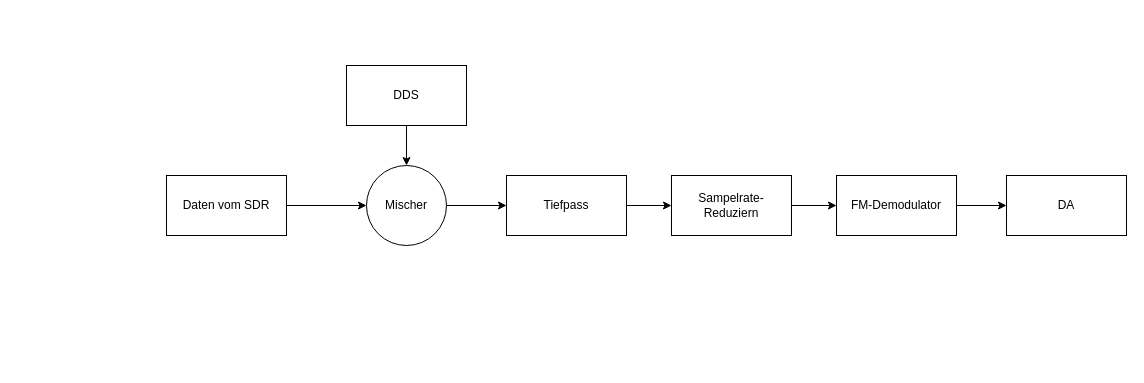
This is blockschaltbild.drawio from maggo1404/SDR_FPGA_FM_RX, a draw.io file, before an edit. Source tidied: cells renumbered, new cells numbered last; positions are measured from the earlier drawing's top-left corner, leaving out a move shared by most shapes. Both pictures are drawn from the tidied source at 100%, with x=0, y=0 at pixel (166, 65).
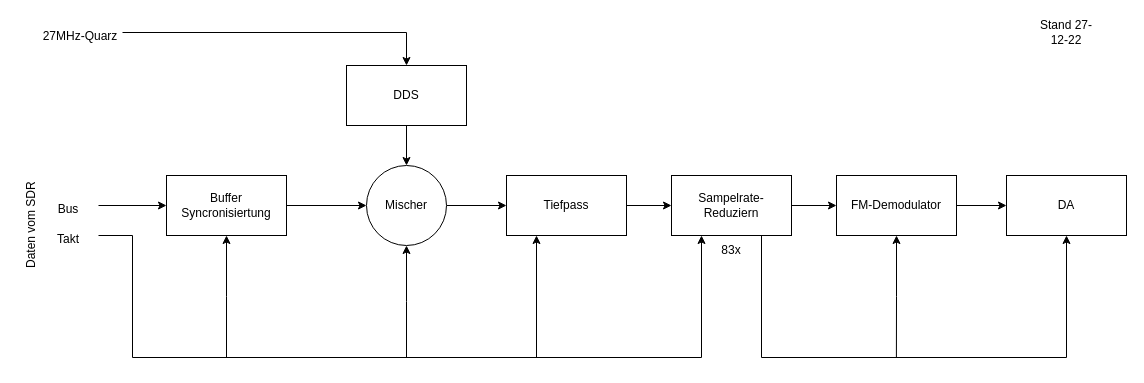
The same page after the edit.

The change refers to these unchanged cells:
```xml
<mxCell id="3" value="DDS" style="rounded=0;whiteSpace=wrap;html=1;" parent="1" vertex="1">
  <mxGeometry x="180" width="120" height="60" as="geometry" />
</mxCell>
<mxCell id="7" value="Mischer" style="ellipse;whiteSpace=wrap;html=1;" parent="1" vertex="1">
  <mxGeometry x="200" y="100" width="80" height="80" as="geometry" />
</mxCell>
<mxCell id="9" value="Tiefpass" style="rounded=0;whiteSpace=wrap;html=1;" parent="1" vertex="1">
  <mxGeometry x="340" y="110" width="120" height="60" as="geometry" />
</mxCell>
<mxCell id="11" value="Sampelrate-Reduziern" style="rounded=0;whiteSpace=wrap;html=1;" parent="1" vertex="1">
  <mxGeometry x="505" y="110" width="120" height="60" as="geometry" />
</mxCell>
<mxCell id="13" value="FM-Demodulator" style="rounded=0;whiteSpace=wrap;html=1;" parent="1" vertex="1">
  <mxGeometry x="670" y="110" width="120" height="60" as="geometry" />
</mxCell>
<mxCell id="14" value="DA" style="rounded=0;whiteSpace=wrap;html=1;" parent="1" vertex="1">
  <mxGeometry x="840" y="110" width="120" height="60" as="geometry" />
</mxCell>
```

Diff of the diagram source:
```diff
@@
-    <mxCell id="4" style="edgeStyle=orthogonalEdgeStyle;rounded=0;jettySize=auto;html=1;" parent="1" edge="1" source="5" target="7">
+    <mxCell id="4" style="edgeStyle=orthogonalEdgeStyle;rounded=0;jettySize=auto;html=1;fontSize=12;" parent="1" edge="1" source="5" target="7">
       <mxGeometry relative="1" as="geometry" />
     </mxCell>
+    <mxCell id="15" style="edgeStyle=orthogonalEdgeStyle;rounded=0;jettySize=auto;html=1;exitX=0.5;exitY=1;exitDx=0;exitDy=0;fontSize=12;startArrow=classic;startFill=1;endArrow=none;endFill=0;" parent="1" edge="1" source="5">
+      <mxGeometry relative="1" as="geometry">
+        <mxPoint x="60" y="292" as="targetPoint" />
+      </mxGeometry>
+    </mxCell>
-    <mxCell id="5" value="Daten vom SDR" style="rounded=0;whiteSpace=wrap;html=1;" parent="1" vertex="1">
+    <mxCell id="5" value="Buffer&lt;br&gt;Syncronisiertung" style="rounded=0;whiteSpace=wrap;html=1;" parent="1" vertex="1">
       <mxGeometry y="110" width="120" height="60" as="geometry" />
     </mxCell>
@@
+    <mxCell id="16" style="edgeStyle=orthogonalEdgeStyle;rounded=0;jettySize=auto;html=1;exitX=0.5;exitY=1;exitDx=0;exitDy=0;fontSize=12;startArrow=classic;startFill=1;endArrow=none;endFill=0;" parent="1" edge="1" source="7">
+      <mxGeometry relative="1" as="geometry">
+        <mxPoint x="240" y="292" as="targetPoint" />
+      </mxGeometry>
+    </mxCell>
@@
+    <mxCell id="17" style="edgeStyle=orthogonalEdgeStyle;rounded=0;jettySize=auto;html=1;exitX=0.75;exitY=1;exitDx=0;exitDy=0;entryX=0.5;entryY=1;entryDx=0;entryDy=0;fontSize=12;startArrow=none;startFill=0;endArrow=classic;endFill=1;" parent="1" edge="1" source="11" target="14">
+      <mxGeometry relative="1" as="geometry">
+        <Array as="points">
+          <mxPoint x="595" y="292" />
+          <mxPoint x="900" y="292" />
+        </Array>
+      </mxGeometry>
+    </mxCell>
@@
+    <mxCell id="18" style="edgeStyle=orthogonalEdgeStyle;rounded=0;jettySize=auto;html=1;exitX=0.5;exitY=1;exitDx=0;exitDy=0;fontSize=12;startArrow=classic;startFill=1;endArrow=none;endFill=0;" parent="1" edge="1" source="13">
+      <mxGeometry relative="1" as="geometry">
+        <mxPoint x="729.9" y="292" as="targetPoint" />
+      </mxGeometry>
+    </mxCell>
@@
+    <mxCell id="19" style="edgeStyle=orthogonalEdgeStyle;rounded=0;jettySize=auto;html=1;exitX=1;exitY=0.5;exitDx=0;exitDy=0;fontSize=12;startArrow=none;startFill=0;endArrow=classic;endFill=1;entryX=0.25;entryY=1;entryDx=0;entryDy=0;" parent="1" edge="1" source="20" target="9">
+      <mxGeometry relative="1" as="geometry">
+        <Array as="points">
+          <mxPoint x="-34" y="170" />
+          <mxPoint x="-34" y="292" />
+          <mxPoint x="370" y="292" />
+        </Array>
+      </mxGeometry>
+    </mxCell>
+    <mxCell id="20" value="&lt;font style=&quot;font-size: 12px;&quot;&gt;Takt&lt;/font&gt;" style="text;strokeColor=none;align=center;fillColor=none;html=1;verticalAlign=middle;whiteSpace=wrap;rounded=0;fontSize=20;" parent="1" vertex="1">
+      <mxGeometry x="-128" y="155" width="60" height="30" as="geometry" />
+    </mxCell>
+    <mxCell id="21" style="edgeStyle=orthogonalEdgeStyle;rounded=0;jettySize=auto;html=1;fontSize=12;entryX=0.5;entryY=0;entryDx=0;entryDy=0;" parent="1" edge="1" source="22" target="3">
+      <mxGeometry relative="1" as="geometry" />
+    </mxCell>
+    <mxCell id="22" value="&lt;font style=&quot;font-size: 12px;&quot;&gt;27MHz-Quarz&lt;/font&gt;" style="text;strokeColor=none;align=center;fillColor=none;html=1;verticalAlign=middle;whiteSpace=wrap;rounded=0;fontSize=20;" parent="1" vertex="1">
+      <mxGeometry x="-128" y="-48" width="84" height="30" as="geometry" />
+    </mxCell>
+    <mxCell id="23" style="edgeStyle=orthogonalEdgeStyle;rounded=0;jettySize=auto;html=1;fontSize=12;" parent="1" edge="1" source="24" target="5">
+      <mxGeometry relative="1" as="geometry" />
+    </mxCell>
+    <mxCell id="24" value="&lt;font style=&quot;font-size: 12px;&quot;&gt;Bus&lt;/font&gt;" style="text;strokeColor=none;align=center;fillColor=none;html=1;verticalAlign=middle;whiteSpace=wrap;rounded=0;fontSize=20;" parent="1" vertex="1">
+      <mxGeometry x="-128" y="125" width="60" height="30" as="geometry" />
+    </mxCell>
+    <mxCell id="25" value="Daten vom SDR" style="text;whiteSpace=wrap;html=1;fontSize=12;rotation=-90;" parent="1" vertex="1">
+      <mxGeometry x="-184" y="140" width="100" height="30" as="geometry" />
+    </mxCell>
+    <mxCell id="26" style="edgeStyle=orthogonalEdgeStyle;rounded=0;jettySize=auto;html=1;exitX=0;exitY=0;exitDx=0;exitDy=0;fontSize=12;startArrow=classic;startFill=1;endArrow=none;endFill=0;" parent="1" edge="1" source="27">
+      <mxGeometry relative="1" as="geometry">
+        <mxPoint x="366" y="292" as="targetPoint" />
+        <Array as="points">
+          <mxPoint x="535" y="292" />
+        </Array>
+      </mxGeometry>
+    </mxCell>
+    <mxCell id="27" value="83x" style="text;strokeColor=none;align=center;fillColor=none;html=1;verticalAlign=middle;whiteSpace=wrap;rounded=0;fontSize=12;" parent="1" vertex="1">
+      <mxGeometry x="535" y="170" width="60" height="30" as="geometry" />
+    </mxCell>
+    <mxCell id="28" value="Stand 27-12-22" style="text;strokeColor=none;align=center;fillColor=none;html=1;verticalAlign=middle;whiteSpace=wrap;rounded=0;fontSize=12;" parent="1" vertex="1">
+      <mxGeometry x="870" y="-48" width="60" height="30" as="geometry" />
+    </mxCell>
```
